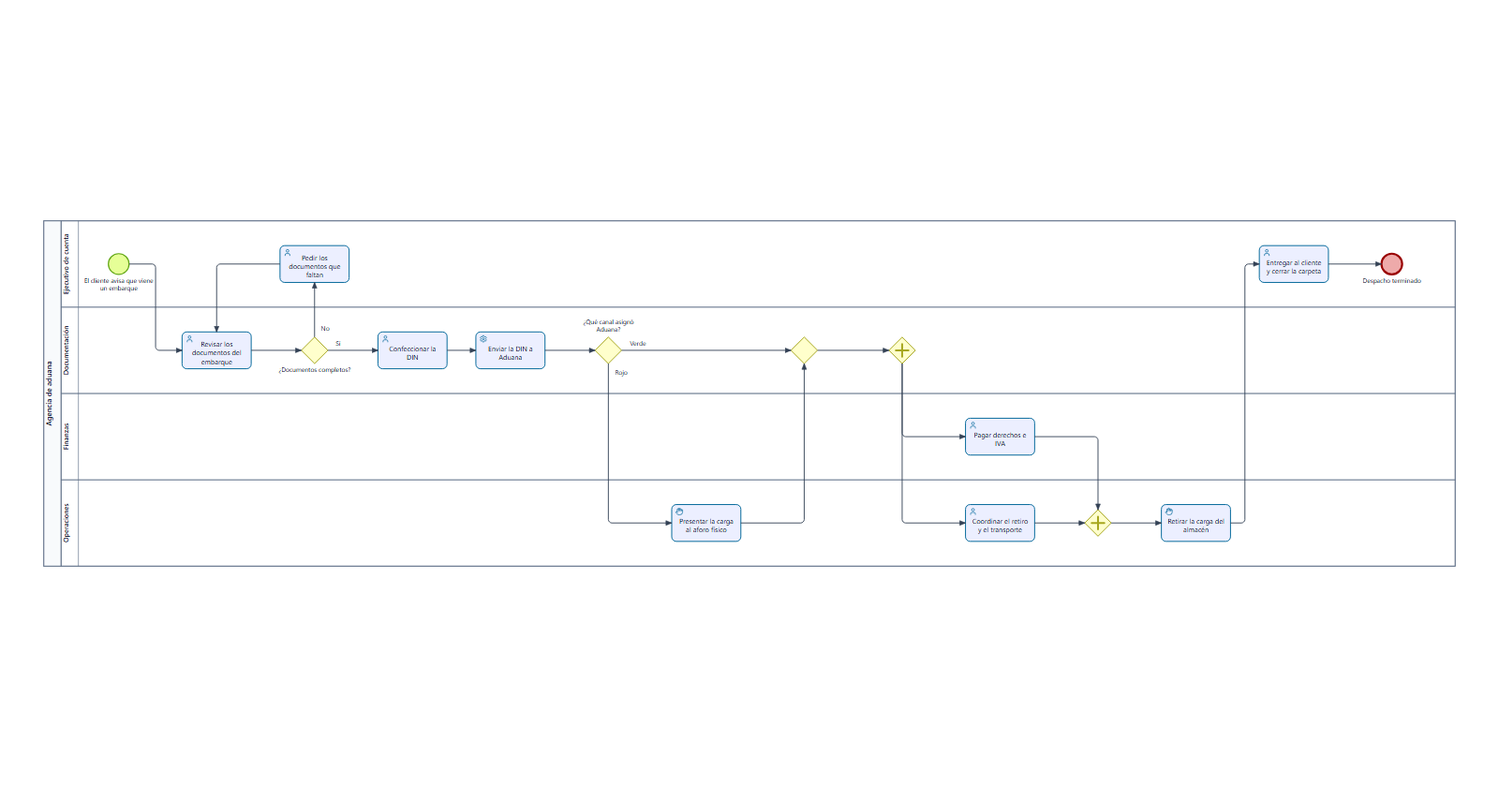
ematurana-code/fluye keeps this BPMN diagram as plantillas/aduana-intermedia.png. Above is the earlier version. Its source is kept beside it as plantillas/aduana-intermedia.bpmn. Ids are renumbered.
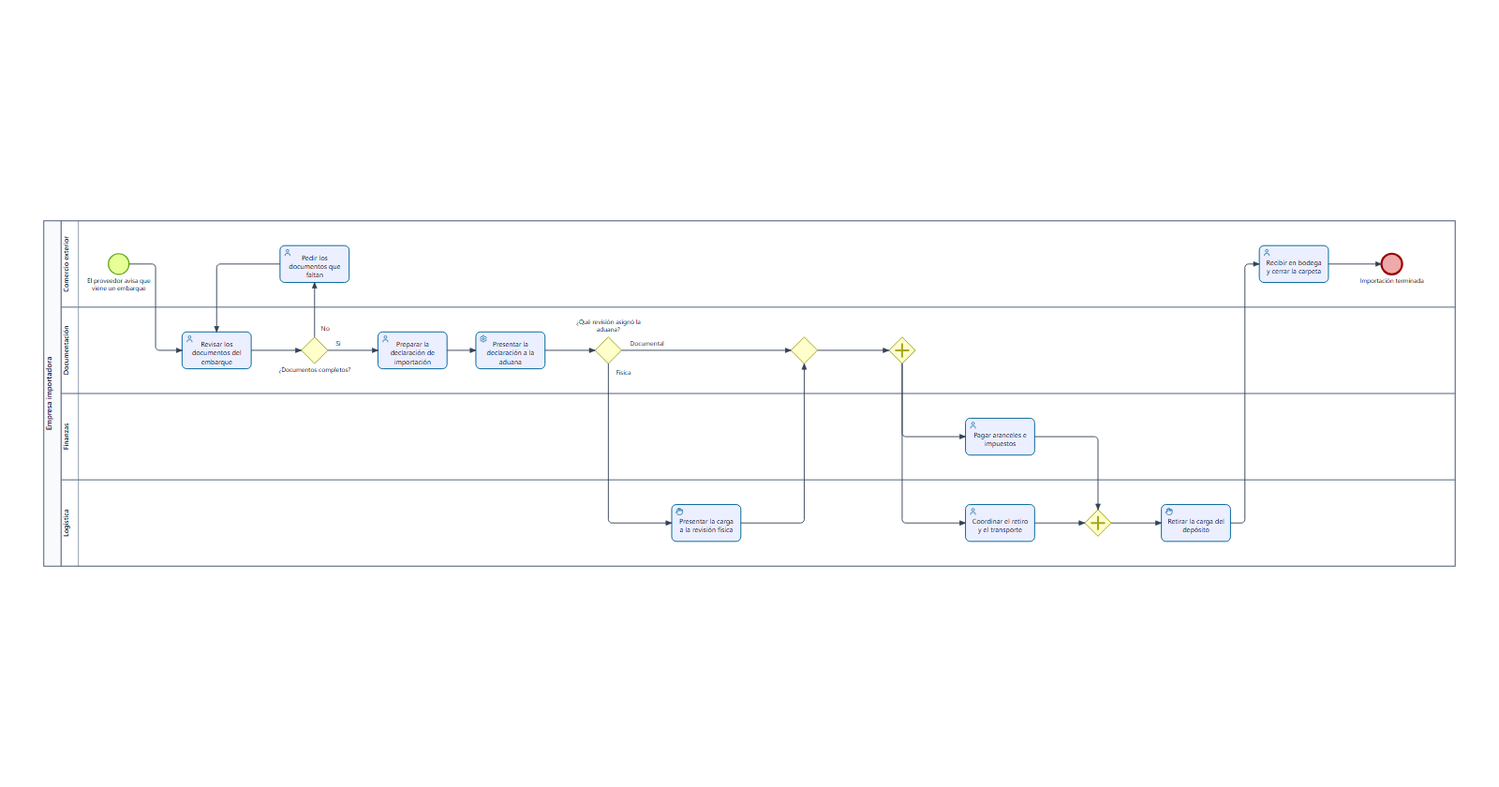
Later version of the same file.

The edit, as a diff of the source:
```diff
@@ -1,10 +1,10 @@
 <bpmn:definitions xmlns:bpmn="http://www.omg.org/spec/BPMN/20100524/MODEL" xmlns:bpmndi="http://www.omg.org/spec/BPMN/20100524/DI" xmlns:dc="http://www.omg.org/spec/DD/20100524/DC" xmlns:di="http://www.omg.org/spec/DD/20100524/DI" xmlns:fluye="http://fluye.app/schema/1.0" id="aduana_intermedia_definiciones" targetNamespace="http://fluye.app/bpmn" exporter="Fluye" exporterVersion="0.1.0">
   <bpmn:collaboration id="aduana_intermedia_colab0">
-    <bpmn:participant id="aduana_intermedia_pool_agencia" name="Agencia de aduana" processRef="aduana_intermedia_proceso_agencia" />
+    <bpmn:participant id="aduana_intermedia_pool_empresa" name="Empresa importadora" processRef="aduana_intermedia_proceso_empresa" />
   </bpmn:collaboration>
-  <bpmn:process id="aduana_intermedia_proceso_agencia" isExecutable="false">
-    <bpmn:laneSet id="aduana_intermedia_carriles_agencia">
-      <bpmn:lane id="aduana_intermedia_carril_ejec" name="Ejecutivo de cuenta">
+  <bpmn:process id="aduana_intermedia_proceso_empresa" isExecutable="false">
+    <bpmn:laneSet id="aduana_intermedia_carriles_empresa">
+      <bpmn:lane id="aduana_intermedia_carril_ejec" name="Comercio exterior">
         <bpmn:flowNodeRef>aduana_intermedia_ini</bpmn:flowNodeRef>
         <bpmn:flowNodeRef>aduana_intermedia_fal</bpmn:flowNodeRef>
         <bpmn:flowNodeRef>aduana_intermedia_ent</bpmn:flowNodeRef>
@@ -22,14 +22,14 @@
       <bpmn:lane id="aduana_intermedia_carril_finz" name="Finanzas">
         <bpmn:flowNodeRef>aduana_intermedia_pag</bpmn:flowNodeRef>
       </bpmn:lane>
-      <bpmn:lane id="aduana_intermedia_carril_oper" name="Operaciones">
+      <bpmn:lane id="aduana_intermedia_carril_oper" name="Logística">
         <bpmn:flowNodeRef>aduana_intermedia_afo</bpmn:flowNodeRef>
         <bpmn:flowNodeRef>aduana_intermedia_tra</bpmn:flowNodeRef>
         <bpmn:flowNodeRef>aduana_intermedia_jun</bpmn:flowNodeRef>
         <bpmn:flowNodeRef>aduana_intermedia_ret</bpmn:flowNodeRef>
       </bpmn:lane>
     </bpmn:laneSet>
-    <bpmn:startEvent id="aduana_intermedia_ini" name="El cliente avisa que viene un embarque">
+    <bpmn:startEvent id="aduana_intermedia_ini" name="El proveedor avisa que viene un embarque">
       <bpmn:outgoing>aduana_intermedia_f0_0</bpmn:outgoing>
     </bpmn:startEvent>
     <bpmn:userTask id="aduana_intermedia_rev" name="Revisar los documentos del embarque">
@@ -46,22 +46,22 @@
       <bpmn:incoming>aduana_intermedia_f0_3</bpmn:incoming>
       <bpmn:outgoing>aduana_intermedia_f0_4</bpmn:outgoing>
     </bpmn:userTask>
-    <bpmn:userTask id="aduana_intermedia_din" name="Confeccionar la DIN">
-      <bpmn:documentation>Se completa la Declaración de Ingreso con los datos de la factura y del transporte.</bpmn:documentation>
+    <bpmn:userTask id="aduana_intermedia_din" name="Preparar la declaración de importación">
+      <bpmn:documentation>Se completa la declaración aduanera con los datos de la factura y del transporte.</bpmn:documentation>
       <bpmn:incoming>aduana_intermedia_f0_2</bpmn:incoming>
       <bpmn:outgoing>aduana_intermedia_f0_5</bpmn:outgoing>
     </bpmn:userTask>
-    <bpmn:serviceTask id="aduana_intermedia_env" name="Enviar la DIN a Aduana">
+    <bpmn:serviceTask id="aduana_intermedia_env" name="Presentar la declaración a la aduana">
       <bpmn:incoming>aduana_intermedia_f0_5</bpmn:incoming>
       <bpmn:outgoing>aduana_intermedia_f0_6</bpmn:outgoing>
     </bpmn:serviceTask>
-    <bpmn:exclusiveGateway id="aduana_intermedia_can" name="¿Qué canal asignó Aduana?">
+    <bpmn:exclusiveGateway id="aduana_intermedia_can" name="¿Qué revisión asignó la aduana?">
       <bpmn:incoming>aduana_intermedia_f0_6</bpmn:incoming>
       <bpmn:outgoing>aduana_intermedia_f0_7</bpmn:outgoing>
       <bpmn:outgoing>aduana_intermedia_f0_8</bpmn:outgoing>
     </bpmn:exclusiveGateway>
-    <bpmn:manualTask id="aduana_intermedia_afo" name="Presentar la carga al aforo físico">
-      <bpmn:documentation>Con canal rojo, un fiscalizador revisa la mercadería en el almacén.</bpmn:documentation>
+    <bpmn:manualTask id="aduana_intermedia_afo" name="Presentar la carga a la revisión física">
+      <bpmn:documentation>Si la aduana pide revisión física, un inspector revisa la mercadería en el depósito.</bpmn:documentation>
       <bpmn:incoming>aduana_intermedia_f0_7</bpmn:incoming>
       <bpmn:outgoing>aduana_intermedia_f0_9</bpmn:outgoing>
     </bpmn:manualTask>
@@ -75,7 +75,7 @@
       <bpmn:outgoing>aduana_intermedia_f0_11</bpmn:outgoing>
       <bpmn:outgoing>aduana_intermedia_f0_12</bpmn:outgoing>
     </bpmn:parallelGateway>
-    <bpmn:userTask id="aduana_intermedia_pag" name="Pagar derechos e IVA">
+    <bpmn:userTask id="aduana_intermedia_pag" name="Pagar aranceles e impuestos">
       <bpmn:incoming>aduana_intermedia_f0_11</bpmn:incoming>
       <bpmn:outgoing>aduana_intermedia_f0_13</bpmn:outgoing>
     </bpmn:userTask>
@@ -88,15 +88,15 @@
       <bpmn:incoming>aduana_intermedia_f0_14</bpmn:incoming>
       <bpmn:outgoing>aduana_intermedia_f0_15</bpmn:outgoing>
     </bpmn:parallelGateway>
-    <bpmn:manualTask id="aduana_intermedia_ret" name="Retirar la carga del almacén">
+    <bpmn:manualTask id="aduana_intermedia_ret" name="Retirar la carga del depósito">
       <bpmn:incoming>aduana_intermedia_f0_15</bpmn:incoming>
       <bpmn:outgoing>aduana_intermedia_f0_16</bpmn:outgoing>
     </bpmn:manualTask>
-    <bpmn:userTask id="aduana_intermedia_ent" name="Entregar al cliente y cerrar la carpeta">
+    <bpmn:userTask id="aduana_intermedia_ent" name="Recibir en bodega y cerrar la carpeta">
       <bpmn:incoming>aduana_intermedia_f0_16</bpmn:incoming>
       <bpmn:outgoing>aduana_intermedia_f0_17</bpmn:outgoing>
     </bpmn:userTask>
-    <bpmn:endEvent id="aduana_intermedia_fin" name="Despacho terminado">
+    <bpmn:endEvent id="aduana_intermedia_fin" name="Importación terminada">
       <bpmn:incoming>aduana_intermedia_f0_17</bpmn:incoming>
     </bpmn:endEvent>
     <bpmn:sequenceFlow id="aduana_intermedia_f0_0" sourceRef="aduana_intermedia_ini" targetRef="aduana_intermedia_rev" />
@@ -106,8 +106,8 @@
     <bpmn:sequenceFlow id="aduana_intermedia_f0_4" sourceRef="aduana_intermedia_fal" targetRef="aduana_intermedia_rev" />
     <bpmn:sequenceFlow id="aduana_intermedia_f0_5" sourceRef="aduana_intermedia_din" targetRef="aduana_intermedia_env" />
     <bpmn:sequenceFlow id="aduana_intermedia_f0_6" sourceRef="aduana_intermedia_env" targetRef="aduana_intermedia_can" />
-    <bpmn:sequenceFlow id="aduana_intermedia_f0_7" name="Rojo" sourceRef="aduana_intermedia_can" targetRef="aduana_intermedia_afo" />
-    <bpmn:sequenceFlow id="aduana_intermedia_f0_8" name="Verde" sourceRef="aduana_intermedia_can" targetRef="aduana_intermedia_uni" />
+    <bpmn:sequenceFlow id="aduana_intermedia_f0_7" name="Física" sourceRef="aduana_intermedia_can" targetRef="aduana_intermedia_afo" />
+    <bpmn:sequenceFlow id="aduana_intermedia_f0_8" name="Documental" sourceRef="aduana_intermedia_can" targetRef="aduana_intermedia_uni" />
     <bpmn:sequenceFlow id="aduana_intermedia_f0_9" sourceRef="aduana_intermedia_afo" targetRef="aduana_intermedia_uni" />
     <bpmn:sequenceFlow id="aduana_intermedia_f0_10" sourceRef="aduana_intermedia_uni" targetRef="aduana_intermedia_par" />
     <bpmn:sequenceFlow id="aduana_intermedia_f0_11" sourceRef="aduana_intermedia_par" targetRef="aduana_intermedia_pag" />
@@ -120,7 +120,7 @@
   </bpmn:process>
   <bpmndi:BPMNDiagram id="aduana_intermedia_diagrama0" name="Despacho de importación">
     <bpmndi:BPMNPlane id="aduana_intermedia_plano0" bpmnElement="aduana_intermedia_colab0">
-      <bpmndi:BPMNShape id="DI_aduana_intermedia_pool_agencia" bpmnElement="aduana_intermedia_pool_agencia" isHorizontal="true">
+      <bpmndi:BPMNShape id="DI_aduana_intermedia_pool_empresa" bpmnElement="aduana_intermedia_pool_empresa" isHorizontal="true">
         <dc:Bounds x="80" y="60" width="2450" height="600" />
       </bpmndi:BPMNShape>
       <bpmndi:BPMNShape id="DI_aduana_intermedia_carril_ejec" bpmnElement="aduana_intermedia_carril_ejec" isHorizontal="true">
```
